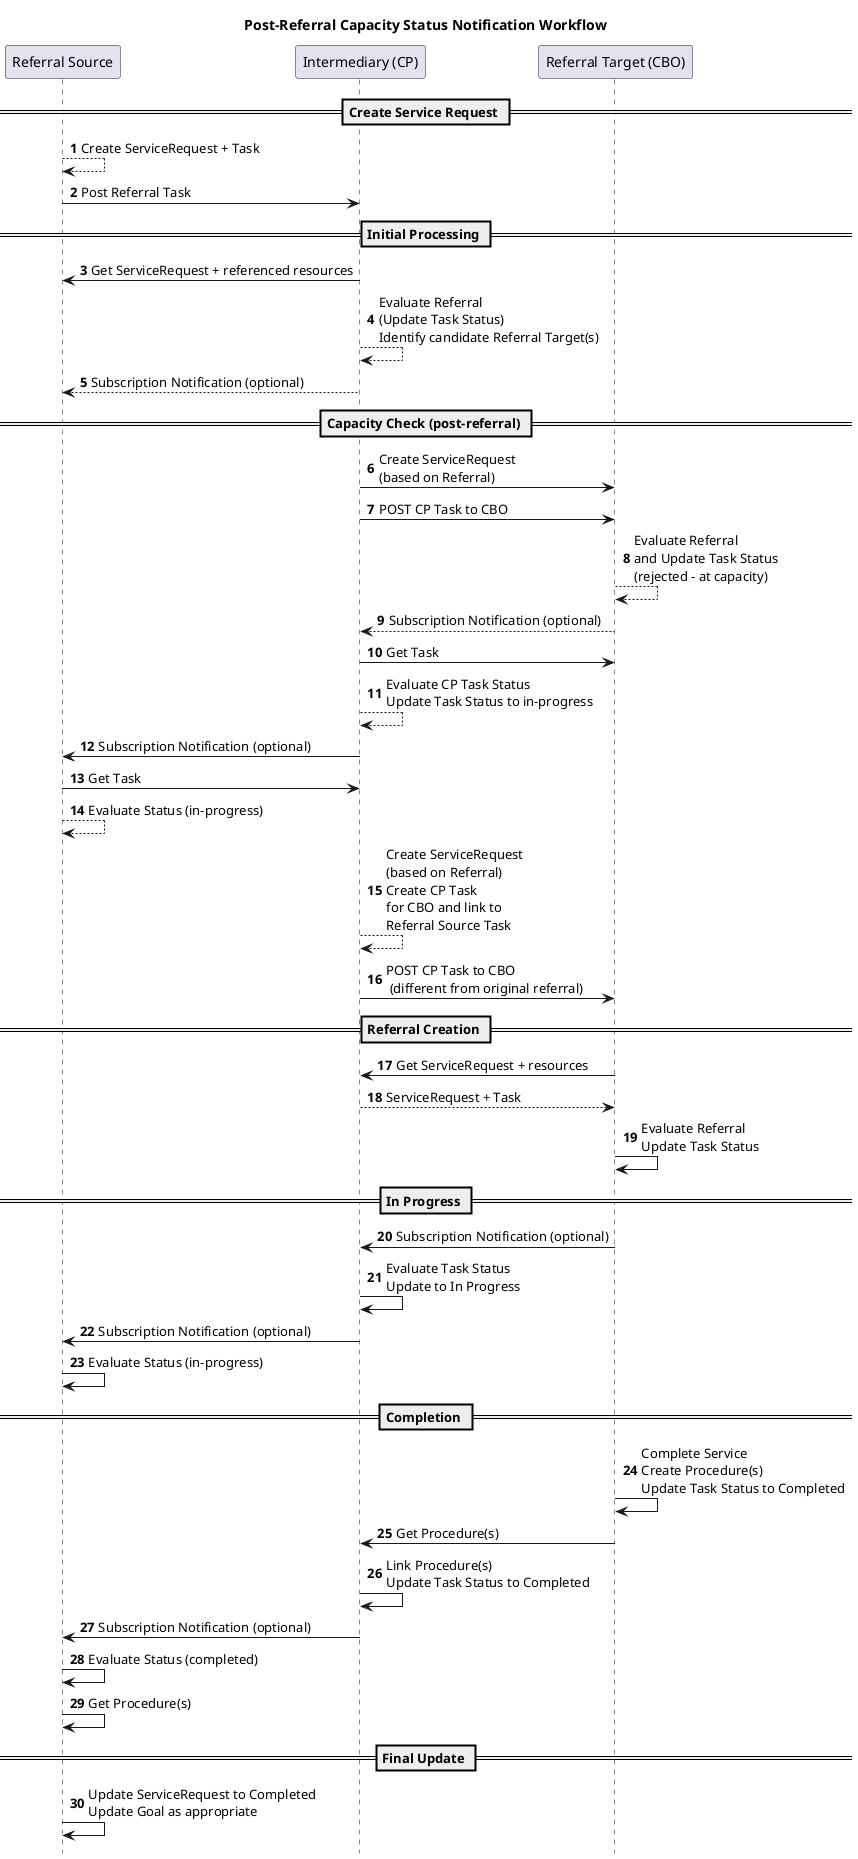
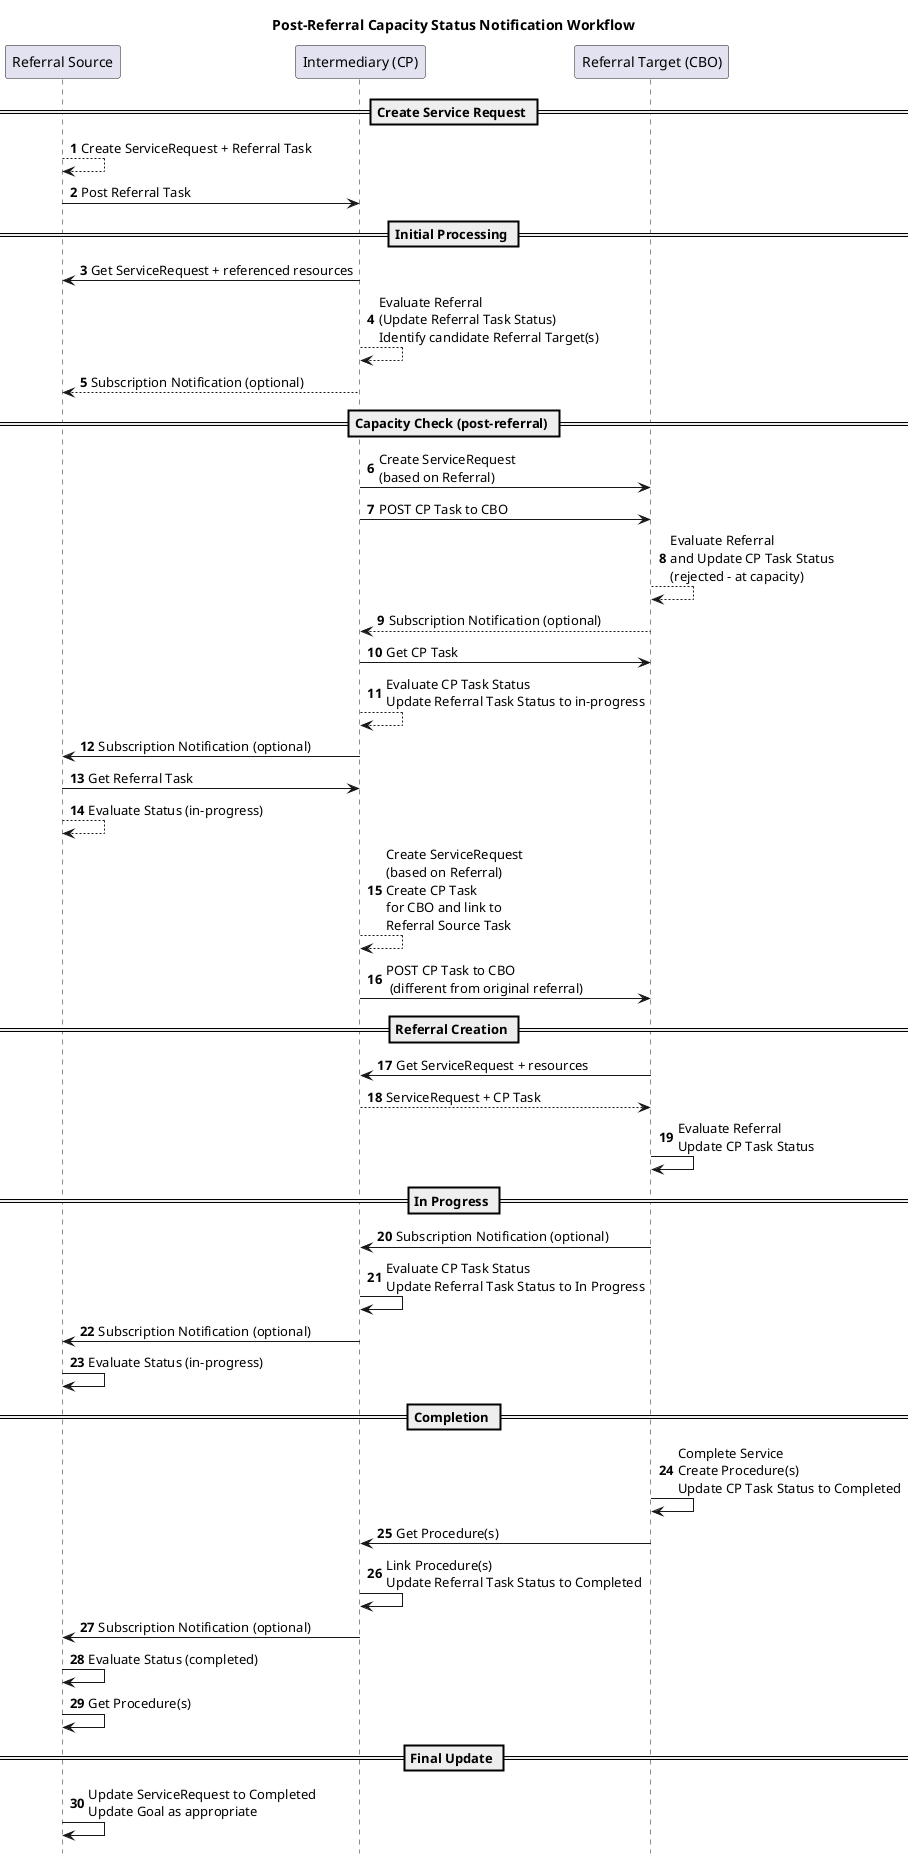
@startuml
/'!theme bluegray'/
title Post-Referral Capacity Status Notification Workflow

participant "Referral Source" as A
participant "Intermediary (CP)" as B
participant "Referral Target (CBO)" as C

autonumber
== Create Service Request ==
- A --> A : Create ServiceRequest + Task
+ A --> A : Create ServiceRequest + Referral Task
A -> B : Post Referral Task

== Initial Processing ==
B -> A : Get ServiceRequest + referenced resources
- B --> B : Evaluate Referral\n(Update Task Status)\nIdentify candidate Referral Target(s)
+ B --> B : Evaluate Referral\n(Update Referral Task Status)\nIdentify candidate Referral Target(s)
B --> A : Subscription Notification (optional)

== Capacity Check (post-referral) ==
B -> C : Create ServiceRequest\n(based on Referral)
B -> C : POST CP Task to CBO
- C --> C : Evaluate Referral\nand Update Task Status\n(rejected - at capacity)
+ C --> C : Evaluate Referral\nand Update CP Task Status\n(rejected - at capacity)
C --> B : Subscription Notification (optional)
- B -> C : Get Task
- B --> B : Evaluate CP Task Status\nUpdate Task Status to in-progress
+ B -> C : Get CP Task
+ B --> B : Evaluate CP Task Status\nUpdate Referral Task Status to in-progress
B -> A : Subscription Notification (optional)
- A -> B : Get Task
+ A -> B : Get Referral Task
A --> A : Evaluate Status (in-progress)
B --> B : Create ServiceRequest\n(based on Referral)\nCreate CP Task\nfor CBO and link to\nReferral Source Task
B -> C : POST CP Task to CBO\n (different from original referral)

== Referral Creation ==

C -> B : Get ServiceRequest + resources
- B --> C : ServiceRequest + Task
- C -> C : Evaluate Referral\nUpdate Task Status
+ B --> C : ServiceRequest + CP Task
+ C -> C : Evaluate Referral\nUpdate CP Task Status

== In Progress ==
C -> B : Subscription Notification (optional)
- B -> B : Evaluate Task Status\nUpdate to In Progress
+ B -> B : Evaluate CP Task Status\nUpdate Referral Task Status to In Progress
B -> A : Subscription Notification (optional)
A -> A : Evaluate Status (in-progress)

== Completion ==
- C -> C : Complete Service\nCreate Procedure(s)\nUpdate Task Status to Completed
+ C -> C : Complete Service\nCreate Procedure(s)\nUpdate CP Task Status to Completed
C -> B : Get Procedure(s)

- B -> B : Link Procedure(s)\nUpdate Task Status to Completed
+ B -> B : Link Procedure(s)\nUpdate Referral Task Status to Completed
B -> A : Subscription Notification (optional)

A -> A : Evaluate Status (completed)
A -> A : Get Procedure(s)

== Final Update ==
A -> A : Update ServiceRequest to Completed\nUpdate Goal as appropriate
hide footbox
@enduml